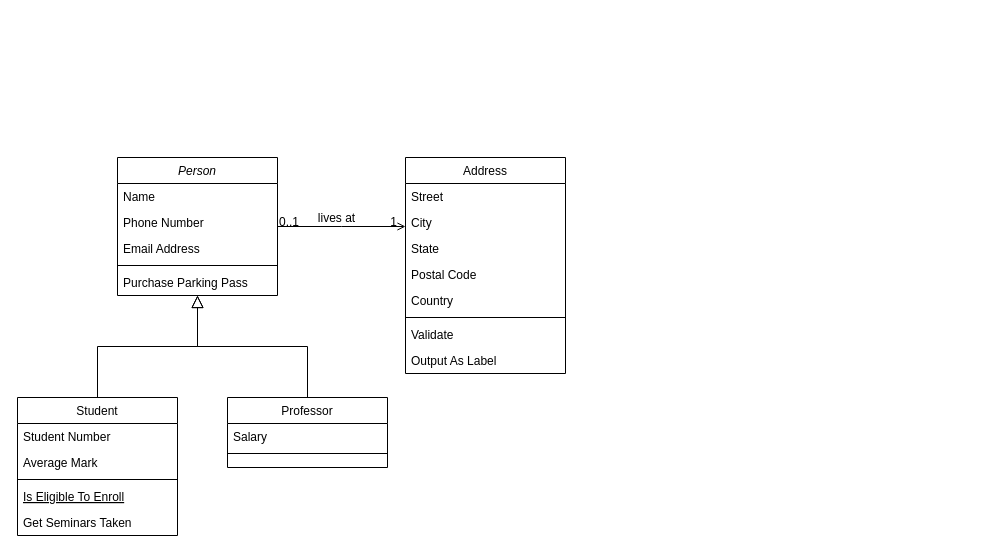
Earlier version of the draw.io diagram DesarrolloOrientadoObjetos/ejerciciosObligatorios6/Acuario.drawio (monick96/PracticeCsharp). Source tidied: cells renumbered, new cells numbered last; positions are measured from the earlier drawing's top-left corner, leaving out a move shared by most shapes. Both pictures are drawn from the tidied source at 100%, with x=0, y=0 at pixel (17, 157).
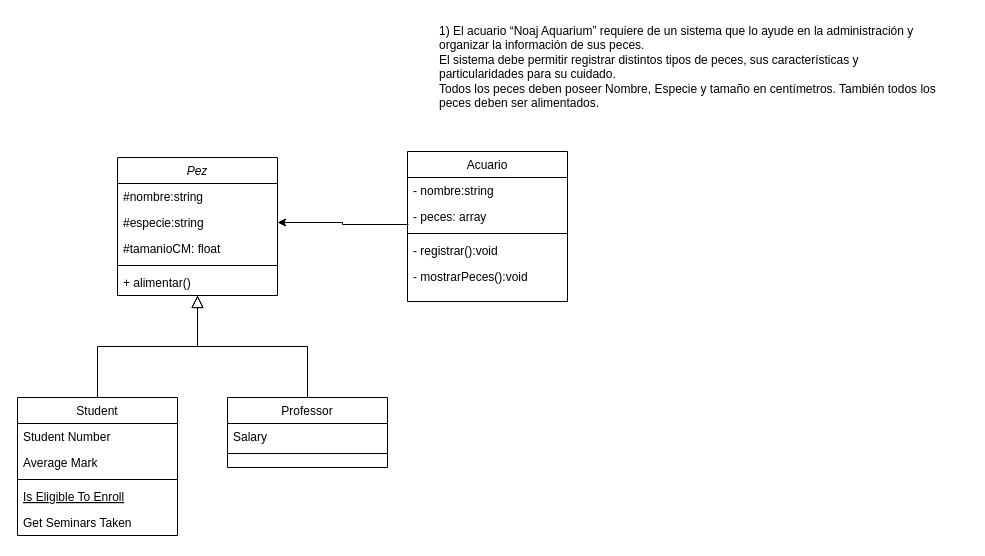
Above is the later version.

The edit, as a diff of the source:
```diff
@@
-    <mxCell id="2" value="Person" style="swimlane;fontStyle=2;align=center;verticalAlign=top;horizontal=1;startSize=26;rounded=0;shadow=0;strokeWidth=1;" parent="1" vertex="1">
+    <mxCell id="2" value="Pez" style="swimlane;fontStyle=2;align=center;verticalAlign=top;horizontal=1;startSize=26;rounded=0;shadow=0;strokeWidth=1;" parent="1" vertex="1">
       <mxGeometry x="100" width="160" height="138" as="geometry" />
     </mxCell>
-    <mxCell id="3" value="Name" style="text;align=left;verticalAlign=top;spacingLeft=4;spacingRight=4;overflow=hidden;" parent="2" vertex="1">
+    <mxCell id="3" value="#nombre:string" style="text;align=left;verticalAlign=top;spacingLeft=4;spacingRight=4;overflow=hidden;" parent="2" vertex="1">
       <mxGeometry y="26" width="160" height="26" as="geometry" />
     </mxCell>
-    <mxCell id="4" value="Phone Number" style="text;align=left;verticalAlign=top;spacingLeft=4;spacingRight=4;overflow=hidden;points=[[0,0.5],[1,0.5]];portConstraint=eastwest;rounded=0;shadow=0;html=0;" parent="2" vertex="1">
+    <mxCell id="4" value="#especie:string" style="text;align=left;verticalAlign=top;spacingLeft=4;spacingRight=4;overflow=hidden;points=[[0,0.5],[1,0.5]];portConstraint=eastwest;rounded=0;shadow=0;html=0;" parent="2" vertex="1">
       <mxGeometry y="52" width="160" height="26" as="geometry" />
     </mxCell>
-    <mxCell id="5" value="Email Address" style="text;align=left;verticalAlign=top;spacingLeft=4;spacingRight=4;overflow=hidden;rounded=0;shadow=0;html=0;" parent="2" vertex="1">
+    <mxCell id="5" value="#tamanioCM: float" style="text;align=left;verticalAlign=top;spacingLeft=4;spacingRight=4;overflow=hidden;rounded=0;shadow=0;html=0;" parent="2" vertex="1">
       <mxGeometry y="78" width="160" height="26" as="geometry" />
     </mxCell>
@@
-    <mxCell id="7" value="Purchase Parking Pass" style="text;align=left;verticalAlign=top;spacingLeft=4;spacingRight=4;overflow=hidden;" parent="2" vertex="1">
+    <mxCell id="7" value="+ alimentar()" style="text;align=left;verticalAlign=top;spacingLeft=4;spacingRight=4;overflow=hidden;" parent="2" vertex="1">
       <mxGeometry y="112" width="160" height="26" as="geometry" />
     </mxCell>
@@
-    <mxCell id="19" value="Address" style="swimlane;fontStyle=0;align=center;verticalAlign=top;horizontal=1;startSize=26;rounded=0;shadow=0;strokeWidth=1;" parent="1" vertex="1">
-      <mxGeometry x="388" width="160" height="216" as="geometry" />
-    </mxCell>
-    <mxCell id="20" value="Street" style="text;align=left;verticalAlign=top;spacingLeft=4;spacingRight=4;overflow=hidden;" parent="19" vertex="1">
-      <mxGeometry y="26" width="160" height="26" as="geometry" />
-    </mxCell>
-    <mxCell id="21" value="City" style="text;align=left;verticalAlign=top;spacingLeft=4;spacingRight=4;overflow=hidden;rounded=0;shadow=0;html=0;" parent="19" vertex="1">
-      <mxGeometry y="52" width="160" height="26" as="geometry" />
-    </mxCell>
-    <mxCell id="22" value="State" style="text;align=left;verticalAlign=top;spacingLeft=4;spacingRight=4;overflow=hidden;rounded=0;shadow=0;html=0;" parent="19" vertex="1">
-      <mxGeometry y="78" width="160" height="26" as="geometry" />
-    </mxCell>
-    <mxCell id="23" value="Postal Code" style="text;align=left;verticalAlign=top;spacingLeft=4;spacingRight=4;overflow=hidden;rounded=0;shadow=0;html=0;" parent="19" vertex="1">
-      <mxGeometry y="104" width="160" height="26" as="geometry" />
-    </mxCell>
-    <mxCell id="24" value="Country" style="text;align=left;verticalAlign=top;spacingLeft=4;spacingRight=4;overflow=hidden;rounded=0;shadow=0;html=0;" parent="19" vertex="1">
-      <mxGeometry y="130" width="160" height="26" as="geometry" />
-    </mxCell>
-    <mxCell id="25" style="line;html=1;strokeWidth=1;align=left;verticalAlign=middle;spacingTop=-1;spacingLeft=3;spacingRight=3;labelPosition=right;" parent="19" vertex="1">
-      <mxGeometry y="156" width="160" height="8" as="geometry" />
-    </mxCell>
-    <mxCell id="26" value="Validate" style="text;align=left;verticalAlign=top;spacingLeft=4;spacingRight=4;overflow=hidden;" parent="19" vertex="1">
-      <mxGeometry y="164" width="160" height="26" as="geometry" />
-    </mxCell>
-    <mxCell id="27" value="Output As Label" style="text;align=left;verticalAlign=top;spacingLeft=4;spacingRight=4;overflow=hidden;" parent="19" vertex="1">
-      <mxGeometry y="190" width="160" height="26" as="geometry" />
-    </mxCell>
-    <mxCell id="28" style="endArrow=open;shadow=0;strokeWidth=1;rounded=0;curved=0;endFill=1;edgeStyle=elbowEdgeStyle;elbow=vertical;" parent="1" edge="1" source="2" target="19">
-      <mxGeometry x="0.5" y="41" relative="1" as="geometry">
-        <mxPoint x="-40" y="32" as="offset" />
-      </mxGeometry>
-    </mxCell>
-    <mxCell id="29" value="0..1" style="align=left;verticalAlign=bottom;labelBackgroundColor=none;fontSize=12;" parent="28" vertex="1">
-      <mxGeometry x="-1" relative="1" as="geometry">
-        <mxPoint y="4" as="offset" />
-      </mxGeometry>
-    </mxCell>
-    <mxCell id="30" value="1" style="align=right;verticalAlign=bottom;labelBackgroundColor=none;fontSize=12;" parent="28" vertex="1">
-      <mxGeometry x="1" relative="1" as="geometry">
-        <mxPoint x="-7" y="4" as="offset" />
-      </mxGeometry>
-    </mxCell>
-    <mxCell id="31" value="lives at" style="text;html=1;align=center;verticalAlign=middle;labelBackgroundColor=none;rounded=0;shadow=0;strokeWidth=1;fontSize=12;" parent="28" vertex="1">
-      <mxGeometry x="0.5" y="49" relative="1" as="geometry">
-        <mxPoint x="-38" y="40" as="offset" />
-      </mxGeometry>
-    </mxCell>
+    <mxCell id="32" value="Acuario" style="swimlane;fontStyle=0;align=center;verticalAlign=top;horizontal=1;startSize=26;rounded=0;shadow=0;strokeWidth=1;" parent="1" vertex="1">
+      <mxGeometry x="390" y="-6" width="160" height="150" as="geometry" />
+    </mxCell>
+    <mxCell id="33" value="- nombre:string" style="text;align=left;verticalAlign=top;spacingLeft=4;spacingRight=4;overflow=hidden;" parent="32" vertex="1">
+      <mxGeometry y="26" width="160" height="26" as="geometry" />
+    </mxCell>
+    <mxCell id="34" value="- peces: array" style="text;align=left;verticalAlign=top;spacingLeft=4;spacingRight=4;overflow=hidden;points=[[0,0.5],[1,0.5]];portConstraint=eastwest;rounded=0;shadow=0;html=0;" parent="32" vertex="1">
+      <mxGeometry y="52" width="160" height="26" as="geometry" />
+    </mxCell>
+    <mxCell id="35" style="line;html=1;strokeWidth=1;align=left;verticalAlign=middle;spacingTop=-1;spacingLeft=3;spacingRight=3;labelPosition=right;" parent="32" vertex="1">
+      <mxGeometry y="78" width="160" height="8" as="geometry" />
+    </mxCell>
+    <mxCell id="36" value="- registrar():void" style="text;align=left;verticalAlign=top;spacingLeft=4;spacingRight=4;overflow=hidden;" parent="32" vertex="1">
+      <mxGeometry y="86" width="160" height="26" as="geometry" />
+    </mxCell>
+    <mxCell id="37" value="- mostrarPeces():void" style="text;align=left;verticalAlign=top;spacingLeft=4;spacingRight=4;overflow=hidden;" parent="32" vertex="1">
+      <mxGeometry y="112" width="160" height="26" as="geometry" />
+    </mxCell>
+    <mxCell id="38" value="1) El acuario “Noaj Aquarium” requiere de un sistema que lo ayude en la administración y &#10;organizar la información de sus peces. &#10;El sistema debe permitir registrar distintos tipos de peces, sus características y &#10;particularidades para su cuidado. &#10;Todos los peces deben poseer Nombre, Especie y tamaño en centímetros. También todos los &#10;peces deben ser alimentados." style="text;whiteSpace=wrap;html=1;" parent="1" vertex="1">
+      <mxGeometry x="420" y="-140" width="530" height="110" as="geometry" />
+    </mxCell>
+    <mxCell id="39" style="edgeStyle=orthogonalEdgeStyle;rounded=0;jettySize=auto;html=1;exitX=0.006;exitY=0.808;exitDx=0;exitDy=0;entryX=1;entryY=0.5;entryDx=0;entryDy=0;exitPerimeter=0;" parent="1" edge="1" source="34" target="4">
+      <mxGeometry relative="1" as="geometry" />
+    </mxCell>
```
